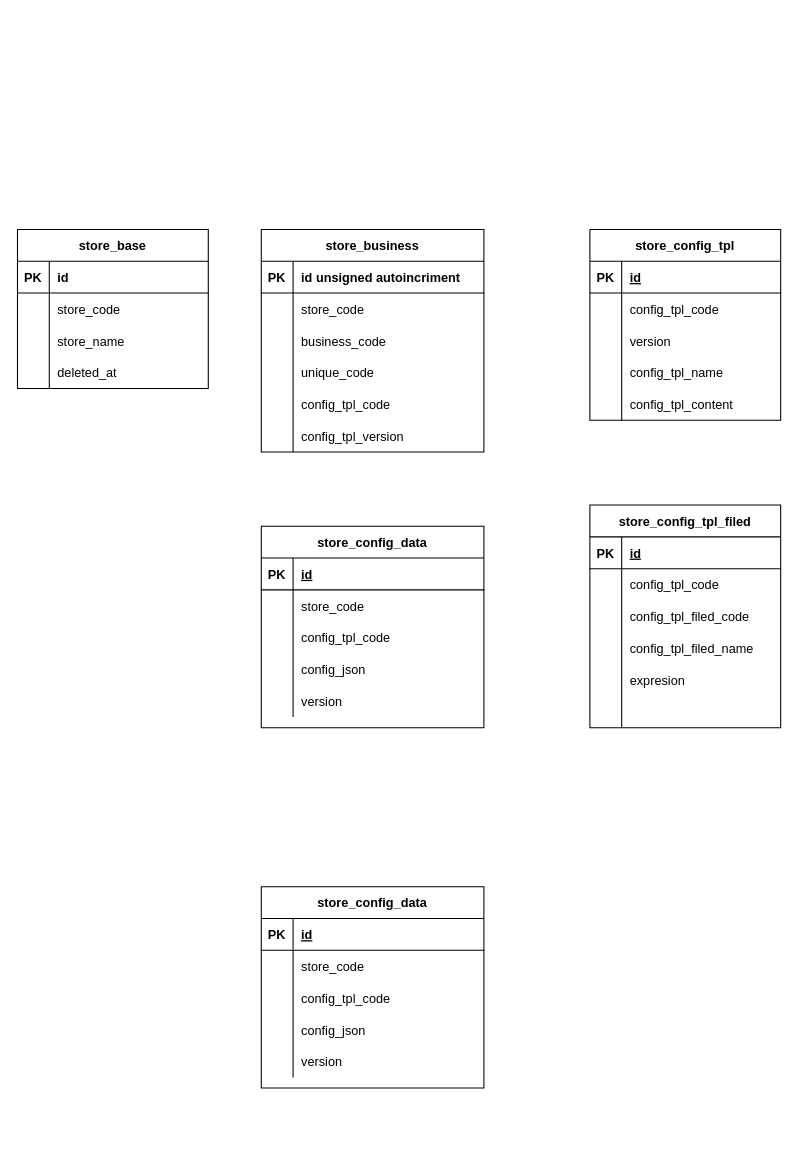
Above: Untitled Diagram.drawio in supermanhss/php-ini (draw.io), before the change. Source tidied: cells renumbered, new cells numbered last; positions are measured from the earlier drawing's top-left corner, leaving out a move shared by most shapes. Both pictures are drawn from the tidied source at 106%, with x=0, y=0 at pixel (17, 229).
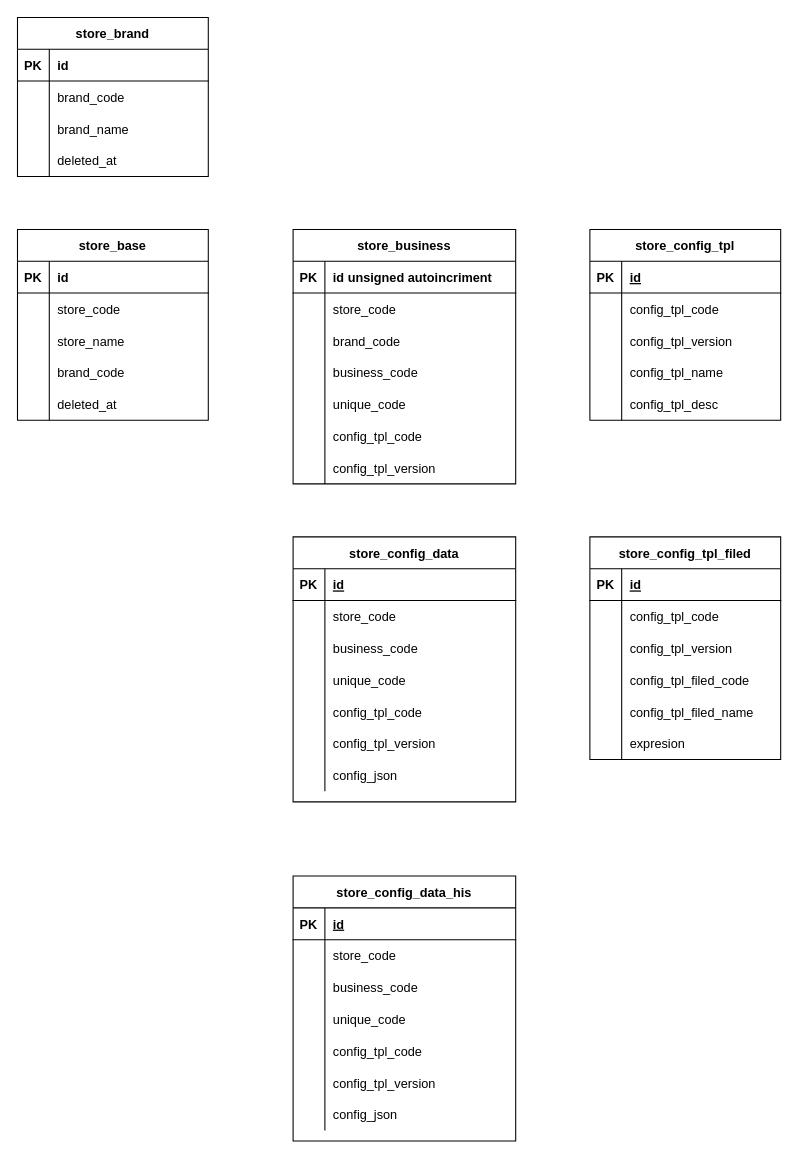
After the change.

The change refers to these unchanged cells:
```xml
<mxCell id="12" style="shape=partialRectangle;fillColor=none;top=0;left=0;bottom=0;right=0;" parent="2" vertex="1">
  <mxGeometry y="120" width="180" height="30" as="geometry" />
</mxCell>
<mxCell id="41" style="shape=partialRectangle;fillColor=none;top=0;left=0;bottom=0;right=0;" parent="34" vertex="1">
  <mxGeometry y="90" width="180" height="30" as="geometry" />
</mxCell>
<mxCell id="47" style="shape=partialRectangle;fillColor=none;top=0;left=0;bottom=0;right=0;" parent="34" vertex="1">
  <mxGeometry y="150" width="180" height="30" as="geometry" />
</mxCell>
```

Diff of the diagram source:
```diff
@@
     <mxCell id="2" value="store_base" style="shape=table;startSize=30;childLayout=tableLayout;rowLines=0;fontStyle=1;align=center;" parent="1" vertex="1">
-      <mxGeometry width="180" height="150" as="geometry" />
+      <mxGeometry width="180" height="180" as="geometry" />
     </mxCell>
@@
-    <mxCell id="14" value="deleted_at" style="shape=partialRectangle;fillColor=none;top=0;left=0;bottom=0;right=0;align=left;spacingLeft=6;overflow=hidden;" parent="12" vertex="1">
+    <mxCell id="14" value="brand_code" style="shape=partialRectangle;fillColor=none;top=0;left=0;bottom=0;right=0;align=left;spacingLeft=6;overflow=hidden;" parent="12" vertex="1">
       <mxGeometry x="30" width="150" height="30" as="geometry" />
     </mxCell>
+    <mxCell id="101" style="shape=partialRectangle;fillColor=none;top=0;left=0;bottom=0;right=0;" parent="2" vertex="1">
+      <mxGeometry y="150" width="180" height="30" as="geometry" />
+    </mxCell>
+    <mxCell id="102" style="shape=partialRectangle;fillColor=none;top=0;left=0;bottom=0;right=0;overflow=hidden;" parent="101" vertex="1">
+      <mxGeometry width="30" height="30" as="geometry" />
+    </mxCell>
+    <mxCell id="103" value="deleted_at" style="shape=partialRectangle;fillColor=none;top=0;left=0;bottom=0;right=0;align=left;spacingLeft=6;overflow=hidden;" parent="101" vertex="1">
+      <mxGeometry x="30" width="150" height="30" as="geometry" />
+    </mxCell>
     <mxCell id="15" value="store_business" style="shape=table;startSize=30;childLayout=tableLayout;rowLines=0;fontStyle=1;align=center;" parent="1" vertex="1">
-      <mxGeometry x="230" width="210" height="210" as="geometry" />
+      <mxGeometry x="260" width="210" height="240" as="geometry" />
     </mxCell>
@@
+    <mxCell id="104" style="shape=partialRectangle;fillColor=none;top=0;left=0;bottom=0;right=0;" parent="15" vertex="1">
+      <mxGeometry y="90" width="210" height="30" as="geometry" />
+    </mxCell>
+    <mxCell id="105" style="shape=partialRectangle;fillColor=none;top=0;left=0;bottom=0;right=0;overflow=hidden;" parent="104" vertex="1">
+      <mxGeometry width="30" height="30" as="geometry" />
+    </mxCell>
+    <mxCell id="106" value="brand_code" style="shape=partialRectangle;fillColor=none;top=0;left=0;bottom=0;right=0;align=left;spacingLeft=6;overflow=hidden;" parent="104" vertex="1">
+      <mxGeometry x="30" width="180" height="30" as="geometry" />
+    </mxCell>
     <mxCell id="22" style="shape=partialRectangle;fillColor=none;top=0;left=0;bottom=0;right=0;" parent="15" vertex="1">
-      <mxGeometry y="90" width="210" height="30" as="geometry" />
+      <mxGeometry y="120" width="210" height="30" as="geometry" />
     </mxCell>
@@
     <mxCell id="25" style="shape=partialRectangle;fillColor=none;top=0;left=0;bottom=0;right=0;" parent="15" vertex="1">
-      <mxGeometry y="120" width="210" height="30" as="geometry" />
+      <mxGeometry y="150" width="210" height="30" as="geometry" />
     </mxCell>
@@
     <mxCell id="28" style="shape=partialRectangle;fillColor=none;top=0;left=0;bottom=0;right=0;" parent="15" vertex="1">
-      <mxGeometry y="150" width="210" height="30" as="geometry" />
+      <mxGeometry y="180" width="210" height="30" as="geometry" />
     </mxCell>
@@
     <mxCell id="31" style="shape=partialRectangle;fillColor=none;top=0;left=0;bottom=0;right=0;" parent="15" vertex="1">
-      <mxGeometry y="180" width="210" height="30" as="geometry" />
+      <mxGeometry y="210" width="210" height="30" as="geometry" />
     </mxCell>
@@
-    <mxCell id="34" value="store_config_tpl" style="shape=table;startSize=30;childLayout=tableLayout;rowLines=0;fontStyle=1;align=center;" parent="1" vertex="1">
+    <mxCell id="34" value="store_config_tpl" style="shape=table;startSize=30;childLayout=tableLayout;rowLines=0;fontStyle=1;align=center;swimlaneFillColor=none;" parent="1" vertex="1">
       <mxGeometry x="540" width="180" height="180" as="geometry" />
     </mxCell>
@@
-    <mxCell id="43" value="version" style="shape=partialRectangle;fillColor=none;top=0;left=0;bottom=0;right=0;align=left;spacingLeft=6;overflow=hidden;" parent="41" vertex="1">
+    <mxCell id="43" value="config_tpl_version" style="shape=partialRectangle;fillColor=none;top=0;left=0;bottom=0;right=0;align=left;spacingLeft=6;overflow=hidden;" parent="41" vertex="1">
       <mxGeometry x="30" width="150" height="30" as="geometry" />
     </mxCell>
@@
-    <mxCell id="49" value="config_tpl_content" style="shape=partialRectangle;fillColor=none;top=0;left=0;bottom=0;right=0;align=left;spacingLeft=6;overflow=hidden;" parent="47" vertex="1">
+    <mxCell id="49" value="config_tpl_desc" style="shape=partialRectangle;fillColor=none;top=0;left=0;bottom=0;right=0;align=left;spacingLeft=6;overflow=hidden;" parent="47" vertex="1">
       <mxGeometry x="30" width="150" height="30" as="geometry" />
     </mxCell>
     <mxCell id="50" value="store_config_data" style="shape=table;startSize=30;childLayout=tableLayout;rowLines=0;fontStyle=1;align=center;" parent="1" vertex="1">
-      <mxGeometry x="230" y="280" width="210" height="190" as="geometry" />
+      <mxGeometry x="260" y="290" width="210" height="250" as="geometry" />
     </mxCell>
@@
+    <mxCell id="107" style="shape=partialRectangle;fillColor=none;top=0;left=0;bottom=0;right=0;" parent="50" vertex="1">
+      <mxGeometry y="90" width="210" height="30" as="geometry" />
+    </mxCell>
+    <mxCell id="108" style="shape=partialRectangle;fillColor=none;top=0;left=0;bottom=0;right=0;overflow=hidden;" parent="107" vertex="1">
+      <mxGeometry width="30" height="30" as="geometry" />
+    </mxCell>
+    <mxCell id="109" value="business_code" style="shape=partialRectangle;fillColor=none;top=0;left=0;bottom=0;right=0;align=left;spacingLeft=6;overflow=hidden;" parent="107" vertex="1">
+      <mxGeometry x="30" width="180" height="30" as="geometry" />
+    </mxCell>
+    <mxCell id="110" style="shape=partialRectangle;fillColor=none;top=0;left=0;bottom=0;right=0;" parent="50" vertex="1">
+      <mxGeometry y="120" width="210" height="30" as="geometry" />
+    </mxCell>
+    <mxCell id="111" style="shape=partialRectangle;fillColor=none;top=0;left=0;bottom=0;right=0;overflow=hidden;" parent="110" vertex="1">
+      <mxGeometry width="30" height="30" as="geometry" />
+    </mxCell>
+    <mxCell id="112" value="unique_code" style="shape=partialRectangle;fillColor=none;top=0;left=0;bottom=0;right=0;align=left;spacingLeft=6;overflow=hidden;" parent="110" vertex="1">
+      <mxGeometry x="30" width="180" height="30" as="geometry" />
+    </mxCell>
     <mxCell id="57" style="shape=partialRectangle;fillColor=none;top=0;left=0;bottom=0;right=0;" parent="50" vertex="1">
-      <mxGeometry y="90" width="210" height="30" as="geometry" />
+      <mxGeometry y="150" width="210" height="30" as="geometry" />
     </mxCell>
@@
+    <mxCell id="63" style="shape=partialRectangle;fillColor=none;top=0;left=0;bottom=0;right=0;" parent="50" vertex="1">
+      <mxGeometry y="180" width="210" height="30" as="geometry" />
+    </mxCell>
+    <mxCell id="64" style="shape=partialRectangle;fillColor=none;top=0;left=0;bottom=0;right=0;overflow=hidden;" parent="63" vertex="1">
+      <mxGeometry width="30" height="30" as="geometry" />
+    </mxCell>
+    <mxCell id="65" value="config_tpl_version" style="shape=partialRectangle;fillColor=none;top=0;left=0;bottom=0;right=0;align=left;spacingLeft=6;overflow=hidden;" parent="63" vertex="1">
+      <mxGeometry x="30" width="180" height="30" as="geometry" />
+    </mxCell>
     <mxCell id="60" style="shape=partialRectangle;fillColor=none;top=0;left=0;bottom=0;right=0;" parent="50" vertex="1">
-      <mxGeometry y="120" width="210" height="30" as="geometry" />
+      <mxGeometry y="210" width="210" height="30" as="geometry" />
     </mxCell>
@@
-    <mxCell id="63" style="shape=partialRectangle;fillColor=none;top=0;left=0;bottom=0;right=0;" parent="50" vertex="1">
-      <mxGeometry y="150" width="210" height="30" as="geometry" />
-    </mxCell>
-    <mxCell id="64" style="shape=partialRectangle;fillColor=none;top=0;left=0;bottom=0;right=0;overflow=hidden;" parent="63" vertex="1">
-      <mxGeometry width="30" height="30" as="geometry" />
-    </mxCell>
-    <mxCell id="65" value="version" style="shape=partialRectangle;fillColor=none;top=0;left=0;bottom=0;right=0;align=left;spacingLeft=6;overflow=hidden;" parent="63" vertex="1">
-      <mxGeometry x="30" width="180" height="30" as="geometry" />
-    </mxCell>
     <mxCell id="66" value="store_config_tpl_filed" style="shape=table;startSize=30;childLayout=tableLayout;rowLines=0;fontStyle=1;align=center;" parent="1" vertex="1">
-      <mxGeometry x="540" y="260" width="180" height="210" as="geometry" />
+      <mxGeometry x="540" y="290" width="180" height="210" as="geometry" />
     </mxCell>
@@
+    <mxCell id="113" style="shape=partialRectangle;fillColor=none;top=0;left=0;bottom=0;right=0;" parent="66" vertex="1">
+      <mxGeometry y="90" width="180" height="30" as="geometry" />
+    </mxCell>
+    <mxCell id="114" style="shape=partialRectangle;fillColor=none;top=0;left=0;bottom=0;right=0;overflow=hidden;" parent="113" vertex="1">
+      <mxGeometry width="30" height="30" as="geometry" />
+    </mxCell>
+    <mxCell id="115" value="config_tpl_version" style="shape=partialRectangle;fillColor=none;top=0;left=0;bottom=0;right=0;align=left;spacingLeft=6;overflow=hidden;" parent="113" vertex="1">
+      <mxGeometry x="30" width="150" height="30" as="geometry" />
+    </mxCell>
     <mxCell id="73" style="shape=partialRectangle;fillColor=none;top=0;left=0;bottom=0;right=0;" parent="66" vertex="1">
-      <mxGeometry y="90" width="180" height="30" as="geometry" />
+      <mxGeometry y="120" width="180" height="30" as="geometry" />
     </mxCell>
@@
     <mxCell id="76" style="shape=partialRectangle;fillColor=none;top=0;left=0;bottom=0;right=0;" parent="66" vertex="1">
-      <mxGeometry y="120" width="180" height="30" as="geometry" />
+      <mxGeometry y="150" width="180" height="30" as="geometry" />
     </mxCell>
@@
     <mxCell id="79" style="shape=partialRectangle;fillColor=none;top=0;left=0;bottom=0;right=0;" parent="66" vertex="1">
-      <mxGeometry y="150" width="180" height="30" as="geometry" />
+      <mxGeometry y="180" width="180" height="30" as="geometry" />
     </mxCell>
@@
-    <mxCell id="82" style="shape=partialRectangle;fillColor=none;top=0;left=0;bottom=0;right=0;" parent="66" vertex="1">
-      <mxGeometry y="180" width="180" height="30" as="geometry" />
-    </mxCell>
-    <mxCell id="83" style="shape=partialRectangle;fillColor=none;top=0;left=0;bottom=0;right=0;overflow=hidden;" parent="82" vertex="1">
-      <mxGeometry width="30" height="30" as="geometry" />
-    </mxCell>
-    <mxCell id="84" style="shape=partialRectangle;fillColor=none;top=0;left=0;bottom=0;right=0;align=left;spacingLeft=6;overflow=hidden;" parent="82" vertex="1">
-      <mxGeometry x="30" width="150" height="30" as="geometry" />
-    </mxCell>
-    <mxCell id="85" value="store_config_data" style="shape=table;startSize=30;childLayout=tableLayout;rowLines=0;fontStyle=1;align=center;" parent="1" vertex="1">
-      <mxGeometry x="230" y="620" width="210" height="190" as="geometry" />
-    </mxCell>
+    <mxCell id="116" value="store_config_data_his" style="shape=table;startSize=30;childLayout=tableLayout;rowLines=0;fontStyle=1;align=center;" parent="1" vertex="1">
+      <mxGeometry x="260" y="610" width="210" height="250" as="geometry" />
+    </mxCell>
-    <mxCell id="86" style="shape=partialRectangle;fillColor=none;top=0;left=0;bottom=1;right=0;" parent="85" vertex="1">
+    <mxCell id="86" style="shape=partialRectangle;fillColor=none;top=0;left=0;bottom=1;right=0;" parent="116" vertex="1">
       <mxGeometry y="30" width="210" height="30" as="geometry" />
     </mxCell>
-    <mxCell id="87" value="PK" style="shape=partialRectangle;fillColor=none;top=0;left=0;bottom=0;right=0;fontStyle=1;overflow=hidden;" parent="86" vertex="1">
-      <mxGeometry width="30" height="30" as="geometry" />
-    </mxCell>
+    <mxCell id="117" value="PK" style="shape=partialRectangle;fillColor=none;top=0;left=0;bottom=0;right=0;fontStyle=1;overflow=hidden;" parent="86" vertex="1">
+      <mxGeometry width="30" height="30" as="geometry" />
+    </mxCell>
@@
-    <mxCell id="89" style="shape=partialRectangle;fillColor=none;top=0;left=0;bottom=0;right=0;" parent="85" vertex="1">
+    <mxCell id="89" style="shape=partialRectangle;fillColor=none;top=0;left=0;bottom=0;right=0;" parent="116" vertex="1">
       <mxGeometry y="60" width="210" height="30" as="geometry" />
     </mxCell>
-    <mxCell id="90" style="shape=partialRectangle;fillColor=none;top=0;left=0;bottom=0;right=0;overflow=hidden;" parent="89" vertex="1">
-      <mxGeometry width="30" height="30" as="geometry" />
-    </mxCell>
+    <mxCell id="118" style="shape=partialRectangle;fillColor=none;top=0;left=0;bottom=0;right=0;overflow=hidden;" parent="89" vertex="1">
+      <mxGeometry width="30" height="30" as="geometry" />
+    </mxCell>
@@
-    <mxCell id="92" style="shape=partialRectangle;fillColor=none;top=0;left=0;bottom=0;right=0;" parent="85" vertex="1">
-      <mxGeometry y="90" width="210" height="30" as="geometry" />
-    </mxCell>
-    <mxCell id="93" style="shape=partialRectangle;fillColor=none;top=0;left=0;bottom=0;right=0;overflow=hidden;" parent="92" vertex="1">
-      <mxGeometry width="30" height="30" as="geometry" />
-    </mxCell>
+    <mxCell id="119" style="shape=partialRectangle;fillColor=none;top=0;left=0;bottom=0;right=0;" parent="116" vertex="1">
+      <mxGeometry y="90" width="210" height="30" as="geometry" />
+    </mxCell>
+    <mxCell id="120" style="shape=partialRectangle;fillColor=none;top=0;left=0;bottom=0;right=0;overflow=hidden;" parent="119" vertex="1">
+      <mxGeometry width="30" height="30" as="geometry" />
+    </mxCell>
+    <mxCell id="121" value="business_code" style="shape=partialRectangle;fillColor=none;top=0;left=0;bottom=0;right=0;align=left;spacingLeft=6;overflow=hidden;" parent="119" vertex="1">
+      <mxGeometry x="30" width="180" height="30" as="geometry" />
+    </mxCell>
+    <mxCell id="122" style="shape=partialRectangle;fillColor=none;top=0;left=0;bottom=0;right=0;" parent="116" vertex="1">
+      <mxGeometry y="120" width="210" height="30" as="geometry" />
+    </mxCell>
+    <mxCell id="123" style="shape=partialRectangle;fillColor=none;top=0;left=0;bottom=0;right=0;overflow=hidden;" parent="122" vertex="1">
+      <mxGeometry width="30" height="30" as="geometry" />
+    </mxCell>
+    <mxCell id="124" value="unique_code" style="shape=partialRectangle;fillColor=none;top=0;left=0;bottom=0;right=0;align=left;spacingLeft=6;overflow=hidden;" parent="122" vertex="1">
+      <mxGeometry x="30" width="180" height="30" as="geometry" />
+    </mxCell>
+    <mxCell id="98" style="shape=partialRectangle;fillColor=none;top=0;left=0;bottom=0;right=0;" parent="116" vertex="1">
+      <mxGeometry y="150" width="210" height="30" as="geometry" />
+    </mxCell>
+    <mxCell id="125" style="shape=partialRectangle;fillColor=none;top=0;left=0;bottom=0;right=0;overflow=hidden;" parent="98" vertex="1">
+      <mxGeometry width="30" height="30" as="geometry" />
+    </mxCell>
-    <mxCell id="94" value="config_tpl_code" style="shape=partialRectangle;fillColor=none;top=0;left=0;bottom=0;right=0;align=left;spacingLeft=6;overflow=hidden;" parent="92" vertex="1">
+    <mxCell id="94" value="config_tpl_code" style="shape=partialRectangle;fillColor=none;top=0;left=0;bottom=0;right=0;align=left;spacingLeft=6;overflow=hidden;" parent="98" vertex="1">
       <mxGeometry x="30" width="180" height="30" as="geometry" />
     </mxCell>
-    <mxCell id="95" style="shape=partialRectangle;fillColor=none;top=0;left=0;bottom=0;right=0;" parent="85" vertex="1">
-      <mxGeometry y="120" width="210" height="30" as="geometry" />
-    </mxCell>
-    <mxCell id="96" style="shape=partialRectangle;fillColor=none;top=0;left=0;bottom=0;right=0;overflow=hidden;" parent="95" vertex="1">
-      <mxGeometry width="30" height="30" as="geometry" />
-    </mxCell>
+    <mxCell id="126" style="shape=partialRectangle;fillColor=none;top=0;left=0;bottom=0;right=0;" parent="116" vertex="1">
+      <mxGeometry y="180" width="210" height="30" as="geometry" />
+    </mxCell>
+    <mxCell id="127" style="shape=partialRectangle;fillColor=none;top=0;left=0;bottom=0;right=0;overflow=hidden;" parent="126" vertex="1">
+      <mxGeometry width="30" height="30" as="geometry" />
+    </mxCell>
+    <mxCell id="128" value="config_tpl_version" style="shape=partialRectangle;fillColor=none;top=0;left=0;bottom=0;right=0;align=left;spacingLeft=6;overflow=hidden;" parent="126" vertex="1">
+      <mxGeometry x="30" width="180" height="30" as="geometry" />
+    </mxCell>
+    <mxCell id="129" style="shape=partialRectangle;fillColor=none;top=0;left=0;bottom=0;right=0;" parent="116" vertex="1">
+      <mxGeometry y="210" width="210" height="30" as="geometry" />
+    </mxCell>
+    <mxCell id="130" style="shape=partialRectangle;fillColor=none;top=0;left=0;bottom=0;right=0;overflow=hidden;" parent="129" vertex="1">
+      <mxGeometry width="30" height="30" as="geometry" />
+    </mxCell>
-    <mxCell id="97" value="config_json" style="shape=partialRectangle;fillColor=none;top=0;left=0;bottom=0;right=0;align=left;spacingLeft=6;overflow=hidden;" parent="95" vertex="1">
+    <mxCell id="97" value="config_json" style="shape=partialRectangle;fillColor=none;top=0;left=0;bottom=0;right=0;align=left;spacingLeft=6;overflow=hidden;" parent="129" vertex="1">
       <mxGeometry x="30" width="180" height="30" as="geometry" />
     </mxCell>
-    <mxCell id="98" style="shape=partialRectangle;fillColor=none;top=0;left=0;bottom=0;right=0;" parent="85" vertex="1">
-      <mxGeometry y="150" width="210" height="30" as="geometry" />
-    </mxCell>
-    <mxCell id="99" style="shape=partialRectangle;fillColor=none;top=0;left=0;bottom=0;right=0;overflow=hidden;" parent="98" vertex="1">
-      <mxGeometry width="30" height="30" as="geometry" />
-    </mxCell>
-    <mxCell id="100" value="version" style="shape=partialRectangle;fillColor=none;top=0;left=0;bottom=0;right=0;align=left;spacingLeft=6;overflow=hidden;" parent="98" vertex="1">
-      <mxGeometry x="30" width="180" height="30" as="geometry" />
-    </mxCell>
+    <mxCell id="131" value="store_brand" style="shape=table;startSize=30;childLayout=tableLayout;rowLines=0;fontStyle=1;align=center;" parent="1" vertex="1">
+      <mxGeometry y="-200" width="180" height="150" as="geometry" />
+    </mxCell>
+    <mxCell id="132" style="shape=partialRectangle;fillColor=none;top=0;left=0;bottom=1;right=0;" parent="131" vertex="1">
+      <mxGeometry y="30" width="180" height="30" as="geometry" />
+    </mxCell>
+    <mxCell id="133" value="PK" style="shape=partialRectangle;fillColor=none;top=0;left=0;bottom=0;right=0;fontStyle=1;overflow=hidden;" parent="132" vertex="1">
+      <mxGeometry width="30" height="30" as="geometry" />
+    </mxCell>
+    <mxCell id="134" value="id" style="shape=partialRectangle;fillColor=none;top=0;left=0;bottom=0;right=0;align=left;spacingLeft=6;fontStyle=1;overflow=hidden;" parent="132" vertex="1">
+      <mxGeometry x="30" width="150" height="30" as="geometry" />
+    </mxCell>
+    <mxCell id="135" style="shape=partialRectangle;fillColor=none;top=0;left=0;bottom=0;right=0;" parent="131" vertex="1">
+      <mxGeometry y="60" width="180" height="30" as="geometry" />
+    </mxCell>
+    <mxCell id="136" style="shape=partialRectangle;fillColor=none;top=0;left=0;bottom=0;right=0;overflow=hidden;" parent="135" vertex="1">
+      <mxGeometry width="30" height="30" as="geometry" />
+    </mxCell>
+    <mxCell id="137" value="brand_code" style="shape=partialRectangle;fillColor=none;top=0;left=0;bottom=0;right=0;align=left;spacingLeft=6;overflow=hidden;" parent="135" vertex="1">
+      <mxGeometry x="30" width="150" height="30" as="geometry" />
+    </mxCell>
+    <mxCell id="138" style="shape=partialRectangle;fillColor=none;top=0;left=0;bottom=0;right=0;" parent="131" vertex="1">
+      <mxGeometry y="90" width="180" height="30" as="geometry" />
+    </mxCell>
+    <mxCell id="139" style="shape=partialRectangle;fillColor=none;top=0;left=0;bottom=0;right=0;overflow=hidden;" parent="138" vertex="1">
+      <mxGeometry width="30" height="30" as="geometry" />
+    </mxCell>
+    <mxCell id="140" value="brand_name" style="shape=partialRectangle;fillColor=none;top=0;left=0;bottom=0;right=0;align=left;spacingLeft=6;overflow=hidden;" parent="138" vertex="1">
+      <mxGeometry x="30" width="150" height="30" as="geometry" />
+    </mxCell>
+    <mxCell id="141" style="shape=partialRectangle;fillColor=none;top=0;left=0;bottom=0;right=0;" parent="131" vertex="1">
+      <mxGeometry y="120" width="180" height="30" as="geometry" />
+    </mxCell>
+    <mxCell id="142" style="shape=partialRectangle;fillColor=none;top=0;left=0;bottom=0;right=0;overflow=hidden;" parent="141" vertex="1">
+      <mxGeometry width="30" height="30" as="geometry" />
+    </mxCell>
+    <mxCell id="143" value="deleted_at" style="shape=partialRectangle;fillColor=none;top=0;left=0;bottom=0;right=0;align=left;spacingLeft=6;overflow=hidden;" parent="141" vertex="1">
+      <mxGeometry x="30" width="150" height="30" as="geometry" />
+    </mxCell>
```
